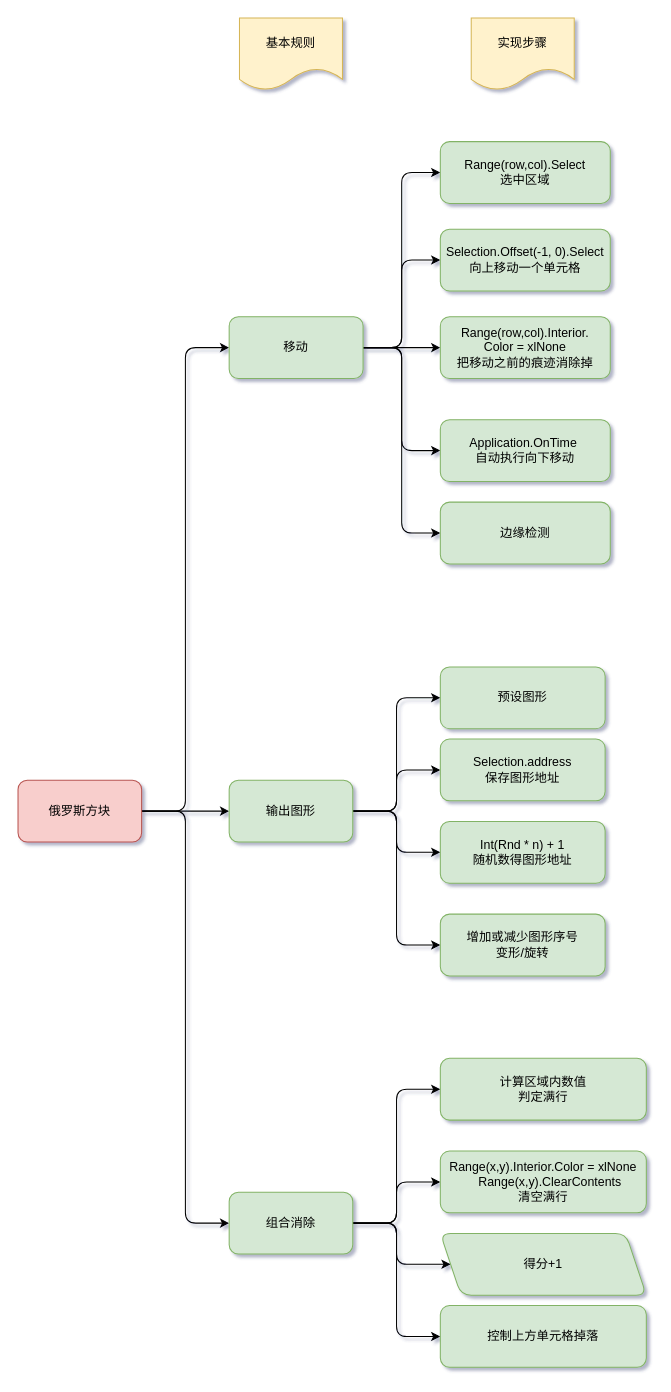
javakenny/Drawio keeps this draw.io diagram as 未命名绘图.drawio. Above is the earlier version. Source tidied: cells renumbered, new cells numbered last; positions are measured from the earlier drawing's top-left corner, leaving out a move shared by most shapes. Both pictures are drawn from the tidied source at 103%, with x=0, y=0 at pixel (18, 18).
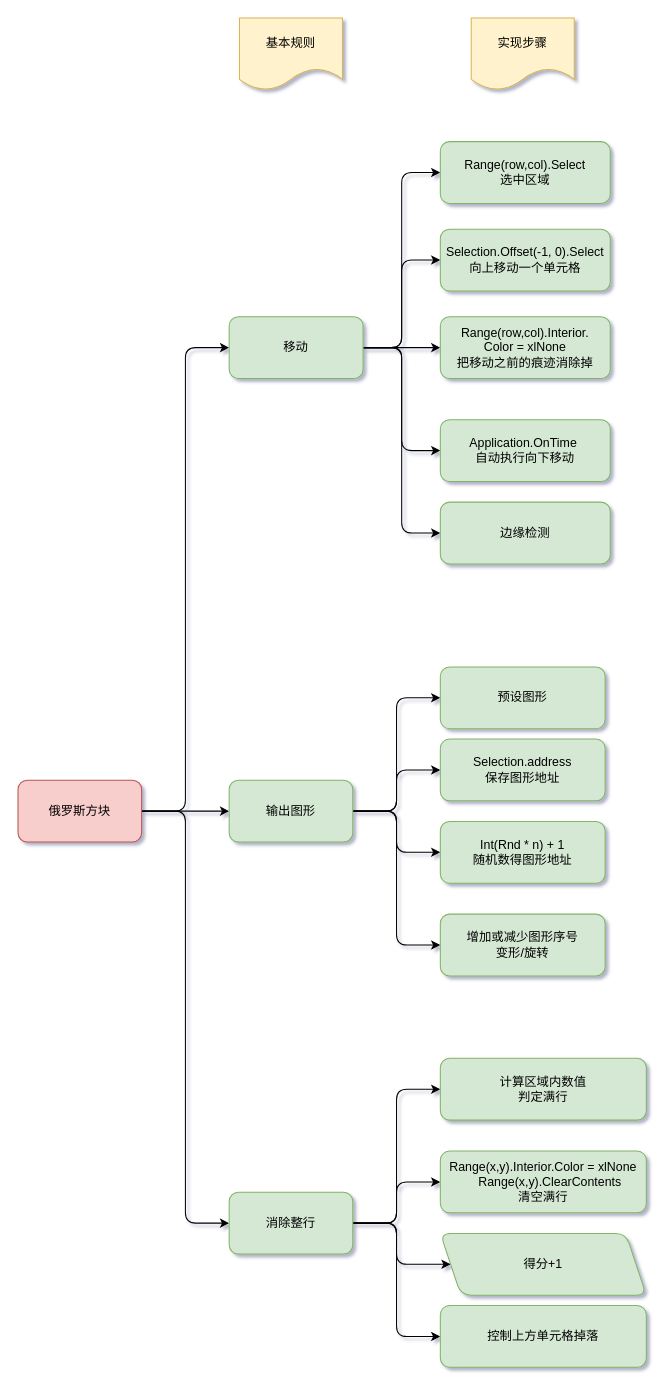
The same diagram, later.

Commit message:
更新未命名绘图.drawio

Diff of the diagram source:
```diff
@@
-    <mxCell id="16" value="组合消除" style="whiteSpace=wrap;html=1;fillColor=#d5e8d4;strokeColor=#82b366;rounded=1;" parent="1" vertex="1">
+    <mxCell id="16" value="消除整行" style="whiteSpace=wrap;html=1;fillColor=#d5e8d4;strokeColor=#82b366;rounded=1;" parent="1" vertex="1">
       <mxGeometry x="205" y="1140" width="120" height="60" as="geometry" />
     </mxCell>
```
